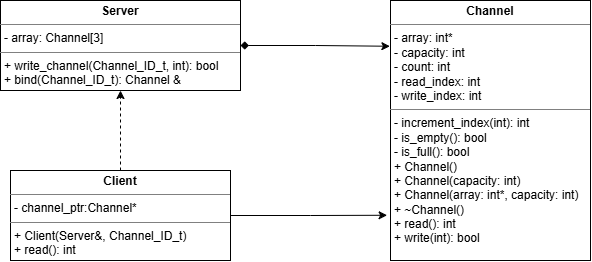
Above: Server_Client_Channel/Diagram/Diagram.png in ibrahim136/CPP_Lab (draw.io), before the change. Source tidied: cells renumbered, new cells last; positions are measured from the earlier drawing's top-left corner, leaving out a move shared by most shapes.
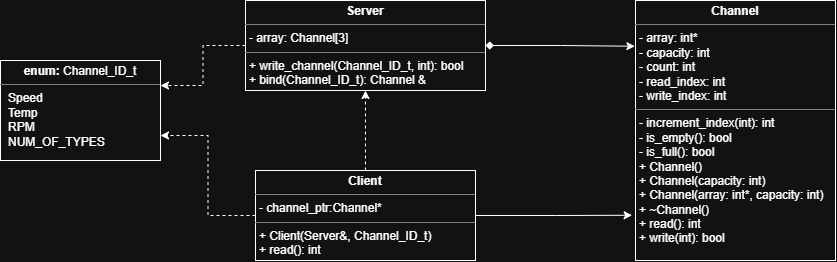
After the change.

Commit message:
Refining Diagram

The edit, as a diff of the source:
```diff
@@ -2,12 +2,18 @@
   <root>
     <mxCell id="0" />
     <mxCell id="1" parent="0" />
+    <mxCell id="8" style="edgeStyle=orthogonalEdgeStyle;rounded=0;jettySize=auto;html=1;exitX=0;exitY=0.5;exitDx=0;exitDy=0;entryX=1;entryY=0.25;entryDx=0;entryDy=0;defaultLabelBackgroundColor=page;dashed=1;" parent="1" edge="1" source="2" target="10">
+      <mxGeometry relative="1" as="geometry" />
+    </mxCell>
     <mxCell id="2" value="&lt;p style=&quot;margin:0px;margin-top:4px;text-align:center;&quot;&gt;&lt;b&gt;Server&lt;/b&gt;&lt;/p&gt;&lt;hr size=&quot;1&quot; style=&quot;border-style:solid;&quot;&gt;&lt;p style=&quot;margin:0px;margin-left:4px;&quot;&gt;- array: Channel[3]&lt;/p&gt;&lt;hr size=&quot;1&quot; style=&quot;border-style:solid;&quot;&gt;&lt;p style=&quot;margin:0px;margin-left:4px;&quot;&gt;+ write_channel(Channel_ID_t, int): bool&lt;/p&gt;&lt;p style=&quot;margin:0px;margin-left:4px;&quot;&gt;+ bind(Channel_ID_t): Channel &amp;amp;&lt;/p&gt;" style="verticalAlign=top;align=left;overflow=fill;html=1;whiteSpace=wrap;" parent="1" vertex="1">
       <mxGeometry width="240" height="90" as="geometry" />
     </mxCell>
     <mxCell id="3" style="edgeStyle=orthogonalEdgeStyle;rounded=0;jettySize=auto;html=1;exitX=0.5;exitY=0;exitDx=0;exitDy=0;entryX=0.5;entryY=1;entryDx=0;entryDy=0;defaultLabelBackgroundColor=page;dashed=1;" parent="1" edge="1" source="4" target="2">
       <mxGeometry relative="1" as="geometry" />
     </mxCell>
+    <mxCell id="9" style="edgeStyle=orthogonalEdgeStyle;rounded=0;jettySize=auto;html=1;exitX=0;exitY=0.5;exitDx=0;exitDy=0;entryX=1;entryY=0.75;entryDx=0;entryDy=0;defaultLabelBackgroundColor=page;dashed=1;" parent="1" edge="1" source="4" target="10">
+      <mxGeometry relative="1" as="geometry" />
+    </mxCell>
     <mxCell id="4" value="&lt;p style=&quot;margin:0px;margin-top:4px;text-align:center;&quot;&gt;&lt;b&gt;Client&lt;/b&gt;&lt;/p&gt;&lt;hr size=&quot;1&quot; style=&quot;border-style:solid;&quot;&gt;&lt;p style=&quot;margin:0px;margin-left:4px;&quot;&gt;- channel_ptr:Channel*&lt;/p&gt;&lt;hr size=&quot;1&quot; style=&quot;border-style:solid;&quot;&gt;&lt;p style=&quot;margin:0px;margin-left:4px;&quot;&gt;+ Client(Server&amp;amp;, Channel_ID_t)&lt;/p&gt;&lt;p style=&quot;margin:0px;margin-left:4px;&quot;&gt;+ read(): int&lt;/p&gt;" style="verticalAlign=top;align=left;overflow=fill;html=1;whiteSpace=wrap;" parent="1" vertex="1">
       <mxGeometry x="10" y="170" width="220" height="90" as="geometry" />
     </mxCell>
@@ -20,5 +26,8 @@
     <mxCell id="7" style="edgeStyle=orthogonalEdgeStyle;rounded=0;jettySize=auto;html=1;exitX=1;exitY=0.5;exitDx=0;exitDy=0;entryX=-0.017;entryY=0.826;entryDx=0;entryDy=0;entryPerimeter=0;defaultLabelBackgroundColor=page;" parent="1" edge="1" source="4" target="5">
       <mxGeometry relative="1" as="geometry" />
     </mxCell>
+    <mxCell id="10" value="&lt;p style=&quot;margin: 4px 0px 0px; text-align: center;&quot;&gt;&lt;b style=&quot;&quot;&gt;enum:&amp;nbsp;&lt;/b&gt;&lt;span style=&quot;background-color: transparent; color: light-dark(#000000, var(--ge-light-color, #ffffff)); text-align: left;&quot;&gt;Channel_ID_t&lt;/span&gt;&lt;/p&gt;&lt;hr size=&quot;1&quot; style=&quot;border-style:solid;&quot;&gt;&lt;p style=&quot;margin:0px;margin-left:8px;&quot;&gt;Speed&lt;br&gt;Temp&lt;br&gt;RPM&lt;br&gt;NUM_OF_TYPES&lt;/p&gt;" style="verticalAlign=top;align=left;overflow=fill;html=1;whiteSpace=wrap;" parent="1" vertex="1">
+      <mxGeometry x="-245" y="60" width="160" height="100" as="geometry" />
+    </mxCell>
   </root>
 </mxGraphModel>
```
